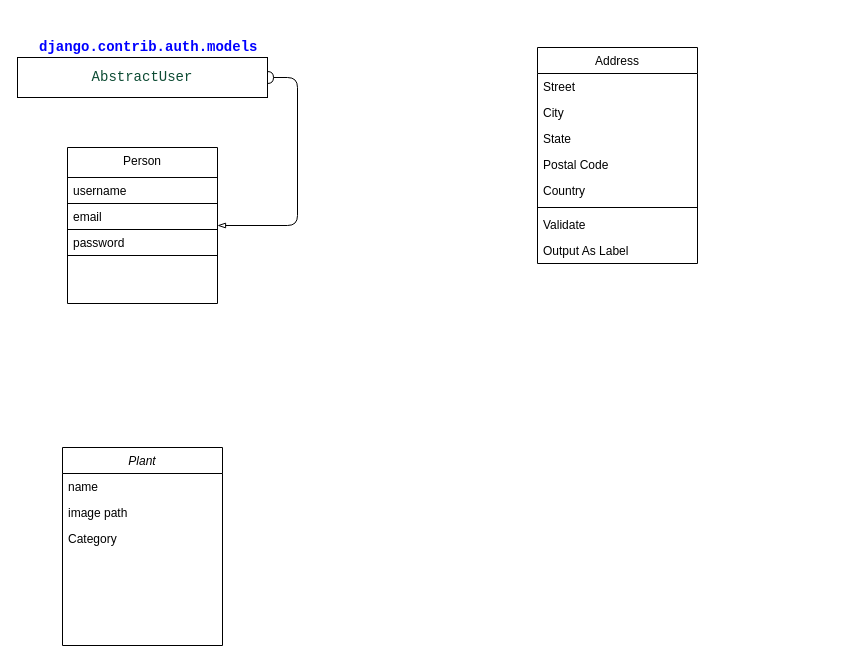
This is greenshop-entities.drawio from mukhtorov/greenshop, a draw.io file, before an edit. Source tidied: cells renumbered, new cells numbered last; positions are measured from the earlier drawing's top-left corner, leaving out a move shared by most shapes. Both pictures are drawn from the tidied source at 100%, with x=0, y=0 at pixel (17, 17).
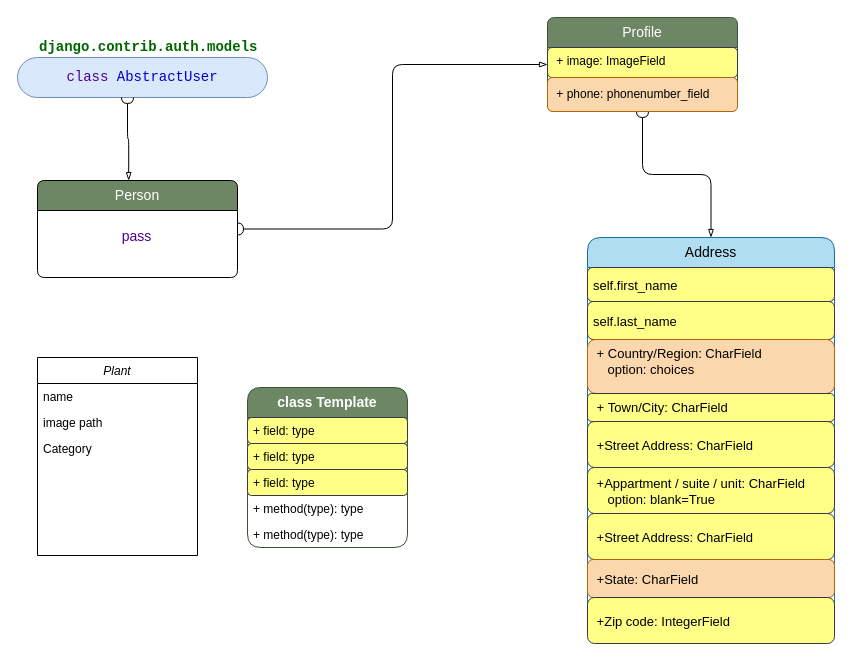
The same diagram, later.

Commit message:
user, profile address classes

Change to the diagram source:
```diff
@@
     <mxCell id="2" value="Plant&#10;" style="swimlane;fontStyle=2;align=center;verticalAlign=top;horizontal=1;startSize=26;rounded=0;shadow=0;strokeWidth=1;" parent="1" vertex="1">
-      <mxGeometry x="45" y="430" width="160" height="198" as="geometry" />
+      <mxGeometry x="20" y="340" width="160" height="198" as="geometry" />
     </mxCell>
@@
-    <mxCell id="6" value="Person" style="swimlane;fontStyle=0;align=center;verticalAlign=top;horizontal=1;startSize=30;rounded=0;shadow=0;strokeWidth=1;" parent="1" vertex="1">
-      <mxGeometry x="50" y="130" width="150" height="156" as="geometry" />
+    <mxCell id="6" value="Person" style="swimlane;fontStyle=0;align=center;verticalAlign=top;horizontal=1;startSize=30;rounded=1;shadow=0;strokeWidth=1;arcSize=8;fillColor=#6d8764;fontColor=#ffffff;strokeColor=#000000;fontSize=14;" parent="1" vertex="1">
+      <mxGeometry x="20" y="163" width="200" height="97" as="geometry" />
     </mxCell>
-    <mxCell id="7" value="username" style="text;align=left;verticalAlign=top;spacingLeft=4;spacingRight=4;overflow=hidden;rounded=0;shadow=0;html=0;strokeColor=#030303;" parent="6" vertex="1">
-      <mxGeometry y="30" width="150" height="26" as="geometry" />
-    </mxCell>
-    <mxCell id="8" value="email" style="text;align=left;verticalAlign=top;spacingLeft=4;spacingRight=4;overflow=hidden;rounded=0;shadow=0;html=0;strokeColor=#000000;" parent="6" vertex="1">
-      <mxGeometry y="56" width="150" height="26" as="geometry" />
-    </mxCell>
-    <mxCell id="9" value="password" style="text;align=left;verticalAlign=top;spacingLeft=4;spacingRight=4;overflow=hidden;rounded=0;shadow=0;html=0;strokeColor=#000000;" parent="6" vertex="1">
-      <mxGeometry y="82" width="150" height="26" as="geometry" />
-    </mxCell>
+    <mxCell id="23" value="pass" style="text;align=center;verticalAlign=middle;spacingLeft=3;spacingRight=4;overflow=hidden;rounded=1;shadow=0;glass=0;fontColor=#4C0099;horizontal=1;fontSize=14;" parent="6" vertex="1">
+      <mxGeometry y="30" width="200" height="50" as="geometry" />
+    </mxCell>
+    <mxCell id="24" style="edgeStyle=orthogonalEdgeStyle;rounded=1;jettySize=auto;html=1;endArrow=blockThin;endFill=0;startArrow=halfCircle;startFill=0;startSize=4;entryX=0.5;entryY=0;entryDx=0;entryDy=0;exitX=0.5;exitY=1;exitDx=0;exitDy=0;" parent="1" edge="1" source="41" target="10">
+      <mxGeometry relative="1" as="geometry" />
+    </mxCell>
-    <mxCell id="10" value="Address" style="swimlane;fontStyle=0;align=center;verticalAlign=top;horizontal=1;startSize=26;rounded=0;shadow=0;strokeWidth=1;" parent="1" vertex="1">
-      <mxGeometry x="520" y="30" width="160" height="216" as="geometry" />
+    <mxCell id="10" value="Address" style="swimlane;fontStyle=0;align=center;verticalAlign=top;horizontal=1;startSize=30;rounded=1;shadow=0;strokeWidth=1;fillColor=#b1ddf0;strokeColor=#10739e;fontSize=14;" parent="1" vertex="1">
+      <mxGeometry x="570" y="220" width="247" height="406" as="geometry" />
     </mxCell>
-    <mxCell id="11" value="Street" style="text;align=left;verticalAlign=top;spacingLeft=4;spacingRight=4;overflow=hidden;" parent="10" vertex="1">
-      <mxGeometry y="26" width="160" height="26" as="geometry" />
-    </mxCell>
-    <mxCell id="12" value="City" style="text;align=left;verticalAlign=top;spacingLeft=4;spacingRight=4;overflow=hidden;rounded=0;shadow=0;html=0;" parent="10" vertex="1">
-      <mxGeometry y="52" width="160" height="26" as="geometry" />
-    </mxCell>
-    <mxCell id="13" value="State" style="text;align=left;verticalAlign=top;spacingLeft=4;spacingRight=4;overflow=hidden;rounded=0;shadow=0;html=0;" parent="10" vertex="1">
-      <mxGeometry y="78" width="160" height="26" as="geometry" />
-    </mxCell>
-    <mxCell id="14" value="Postal Code" style="text;align=left;verticalAlign=top;spacingLeft=4;spacingRight=4;overflow=hidden;rounded=0;shadow=0;html=0;" parent="10" vertex="1">
-      <mxGeometry y="104" width="160" height="26" as="geometry" />
-    </mxCell>
-    <mxCell id="15" value="Country" style="text;align=left;verticalAlign=top;spacingLeft=4;spacingRight=4;overflow=hidden;rounded=0;shadow=0;html=0;" parent="10" vertex="1">
-      <mxGeometry y="130" width="160" height="26" as="geometry" />
-    </mxCell>
-    <mxCell id="16" style="line;html=1;strokeWidth=1;align=left;verticalAlign=middle;spacingTop=-1;spacingLeft=3;spacingRight=3;labelPosition=right;" parent="10" vertex="1">
-      <mxGeometry y="156" width="160" height="8" as="geometry" />
-    </mxCell>
-    <mxCell id="17" value="Validate" style="text;align=left;verticalAlign=top;spacingLeft=4;spacingRight=4;overflow=hidden;" parent="10" vertex="1">
-      <mxGeometry y="164" width="160" height="26" as="geometry" />
-    </mxCell>
-    <mxCell id="18" value="Output As Label" style="text;align=left;verticalAlign=top;spacingLeft=4;spacingRight=4;overflow=hidden;" parent="10" vertex="1">
-      <mxGeometry y="190" width="160" height="26" as="geometry" />
-    </mxCell>
-    <mxCell id="19" style="endArrow=blockThin;shadow=0;strokeWidth=1;endFill=0;edgeStyle=entityRelationEdgeStyle;elbow=vertical;startArrow=halfCircle;startFill=0;endSize=6;startSize=4;rounded=1;" parent="1" edge="1" source="21" target="6">
-      <mxGeometry x="0.5" y="41" relative="1" as="geometry">
-        <mxPoint x="-40" y="32" as="offset" />
-      </mxGeometry>
-    </mxCell>
+    <mxCell id="25" value="self.first_name" style="text;align=left;verticalAlign=middle;spacingLeft=4;spacingRight=4;overflow=hidden;rounded=1;shadow=0;html=0;strokeColor=#36393d;fillColor=#ffff88;fontSize=13;" parent="10" vertex="1">
+      <mxGeometry y="30" width="247" height="34" as="geometry" />
+    </mxCell>
+    <mxCell id="26" value="self.last_name" style="text;align=left;verticalAlign=middle;spacingLeft=4;spacingRight=4;overflow=hidden;rounded=1;shadow=0;html=0;strokeColor=#36393d;fillColor=#ffff88;fontSize=13;" parent="10" vertex="1">
+      <mxGeometry y="64" width="247" height="38" as="geometry" />
+    </mxCell>
+    <mxCell id="27" value=" + Country/Region: CharField&#10;    option: choices" style="text;align=left;verticalAlign=top;spacingLeft=4;spacingRight=4;overflow=hidden;rounded=1;shadow=0;html=0;strokeColor=#b46504;fillColor=#fad7ac;fontSize=13;" parent="10" vertex="1">
+      <mxGeometry y="102" width="247" height="54" as="geometry" />
+    </mxCell>
+    <mxCell id="28" value=" + Town/City: CharField" style="text;align=left;verticalAlign=top;spacingLeft=4;spacingRight=4;overflow=hidden;rounded=1;shadow=0;html=0;strokeColor=#36393d;fillColor=#ffff88;fontSize=13;" parent="10" vertex="1">
+      <mxGeometry y="156" width="247" height="28" as="geometry" />
+    </mxCell>
+    <mxCell id="29" value=" +Street Address: CharField" style="text;align=left;verticalAlign=middle;spacingLeft=4;spacingRight=4;overflow=hidden;rounded=1;shadow=0;html=0;strokeColor=#36393d;fillColor=#ffff88;fontSize=13;" parent="10" vertex="1">
+      <mxGeometry y="184" width="247" height="46" as="geometry" />
+    </mxCell>
+    <mxCell id="30" value=" +Appartment / suite / unit: CharField&#10;    option: blank=True" style="text;align=left;verticalAlign=middle;spacingLeft=4;spacingRight=4;overflow=hidden;rounded=1;shadow=0;html=0;strokeColor=#36393d;fillColor=#ffff88;fontSize=13;" parent="10" vertex="1">
+      <mxGeometry y="230" width="247" height="46" as="geometry" />
+    </mxCell>
+    <mxCell id="31" value=" +Street Address: CharField" style="text;align=left;verticalAlign=middle;spacingLeft=4;spacingRight=4;overflow=hidden;rounded=1;shadow=0;html=0;strokeColor=#36393d;fillColor=#ffff88;fontSize=13;" parent="10" vertex="1">
+      <mxGeometry y="276" width="247" height="46" as="geometry" />
+    </mxCell>
+    <mxCell id="32" value=" +State: CharField" style="text;align=left;verticalAlign=middle;spacingLeft=4;spacingRight=4;overflow=hidden;rounded=1;shadow=0;html=0;strokeColor=#b46504;fillColor=#fad7ac;fontSize=13;" parent="10" vertex="1">
+      <mxGeometry y="322" width="247" height="38" as="geometry" />
+    </mxCell>
+    <mxCell id="33" value=" +Zip code: IntegerField " style="text;align=left;verticalAlign=middle;spacingLeft=4;spacingRight=4;overflow=hidden;rounded=1;shadow=0;html=0;strokeColor=#36393d;fillColor=#ffff88;fontSize=13;" parent="10" vertex="1">
+      <mxGeometry y="360" width="247" height="46" as="geometry" />
+    </mxCell>
-    <mxCell id="20" style="group;" parent="1" vertex="1">
+    <mxCell id="20" style="group;rounded=1;arcSize=34;" parent="1" vertex="1">
       <mxGeometry width="250" height="80" as="geometry" />
     </mxCell>
-    <mxCell id="21" value="&lt;pre style=&quot;padding: 0px ; margin: 15px 20px ; font-family: &amp;#34;fira mono&amp;#34; , &amp;#34;consolas&amp;#34; , &amp;#34;menlo&amp;#34; , &amp;#34;monaco&amp;#34; , &amp;#34;courier new&amp;#34; , &amp;#34;courier&amp;#34; , monospace ; overflow-wrap: break-word ; color: rgb(12 , 75 , 51)&quot;&gt;&lt;span class=&quot;n&quot; style=&quot;padding: 0px ; margin: 0px&quot;&gt;AbstractUser&lt;/span&gt;&lt;/pre&gt;" style="whiteSpace=wrap;html=1;fontSize=14;fontColor=#000000;startSize=30;strokeColor=default;" parent="20" vertex="1">
+    <mxCell id="21" value="&lt;pre style=&quot;padding: 0px ; margin: 15px 20px ; font-family: &amp;#34;fira mono&amp;#34; , &amp;#34;consolas&amp;#34; , &amp;#34;menlo&amp;#34; , &amp;#34;monaco&amp;#34; , &amp;#34;courier new&amp;#34; , &amp;#34;courier&amp;#34; , monospace ; overflow-wrap: break-word&quot;&gt;&lt;span class=&quot;n&quot; style=&quot;padding: 0px ; margin: 0px&quot;&gt;&lt;font color=&quot;#4c0099&quot;&gt;class&lt;/font&gt;&lt;font color=&quot;#0c4b33&quot;&gt; &lt;/font&gt;&lt;font color=&quot;#0000cc&quot;&gt;AbstractUser&lt;/font&gt;&lt;/span&gt;&lt;/pre&gt;" style="whiteSpace=wrap;html=1;fontSize=14;startSize=30;strokeColor=#6c8ebf;rounded=1;arcSize=50;fillColor=#dae8fc;" parent="20" vertex="1">
       <mxGeometry y="40" width="250" height="40" as="geometry" />
     </mxCell>
-    <mxCell id="22" value="&lt;pre style=&quot;font-family: &amp;#34;fira mono&amp;#34; , &amp;#34;consolas&amp;#34; , &amp;#34;menlo&amp;#34; , &amp;#34;monaco&amp;#34; , &amp;#34;courier new&amp;#34; , &amp;#34;courier&amp;#34; , monospace ; font-size: 14px ; overflow-wrap: break-word ; color: rgb(12 , 75 , 51) ; margin: 15px 20px ; font-style: normal ; letter-spacing: normal ; text-indent: 0px ; text-transform: none ; word-spacing: 0px&quot;&gt;&lt;span class=&quot;nn&quot; style=&quot;color: rgb(0 , 0 , 255)&quot;&gt;&lt;b&gt;django.contrib.auth.models&lt;/b&gt;&lt;/span&gt;&lt;/pre&gt;" style="text;whiteSpace=wrap;html=1;fontSize=14;fontColor=#000000;" parent="20" vertex="1">
+    <mxCell id="22" value="&lt;pre style=&quot;font-family: &amp;#34;fira mono&amp;#34; , &amp;#34;consolas&amp;#34; , &amp;#34;menlo&amp;#34; , &amp;#34;monaco&amp;#34; , &amp;#34;courier new&amp;#34; , &amp;#34;courier&amp;#34; , monospace ; font-size: 14px ; overflow-wrap: break-word ; margin: 15px 20px ; font-style: normal ; letter-spacing: normal ; text-indent: 0px ; text-transform: none ; word-spacing: 0px&quot;&gt;&lt;span class=&quot;nn&quot;&gt;&lt;b&gt;&lt;font color=&quot;#006600&quot;&gt;django.contrib.auth.models&lt;/font&gt;&lt;/b&gt;&lt;/span&gt;&lt;/pre&gt;" style="text;whiteSpace=wrap;html=1;fontSize=14;fontColor=#000000;" parent="20" vertex="1">
       <mxGeometry width="250" height="40" as="geometry" />
     </mxCell>
+    <mxCell id="19" style="edgeStyle=orthogonalEdgeStyle;rounded=1;jettySize=auto;html=1;endArrow=blockThin;endFill=0;startArrow=halfCircle;startFill=0;startSize=4;exitX=0.44;exitY=1;exitDx=0;exitDy=0;entryX=0.456;entryY=0.001;entryDx=0;entryDy=0;exitPerimeter=0;entryPerimeter=0;" parent="1" edge="1" source="21" target="6">
+      <mxGeometry relative="1" as="geometry" />
+    </mxCell>
+    <mxCell id="34" value="class Template" style="swimlane;fontStyle=1;align=center;verticalAlign=top;horizontal=1;startSize=30;rounded=1;shadow=0;glass=0;fillColor=#6d8764;fontColor=#ffffff;strokeColor=#3A5431;fontSize=14;" parent="1" vertex="1">
+      <mxGeometry x="230" y="370" width="160" height="160" as="geometry" />
+    </mxCell>
+    <mxCell id="35" value="+ field: type" style="text;strokeColor=#36393d;fillColor=#ffff88;align=left;verticalAlign=top;spacingLeft=4;spacingRight=4;overflow=hidden;rounded=1;shadow=0;glass=0;" parent="34" vertex="1">
+      <mxGeometry y="30" width="160" height="26" as="geometry" />
+    </mxCell>
+    <mxCell id="36" value="+ field: type" style="text;strokeColor=#36393d;fillColor=#ffff88;align=left;verticalAlign=top;spacingLeft=4;spacingRight=4;overflow=hidden;rounded=1;shadow=0;glass=0;" parent="34" vertex="1">
+      <mxGeometry y="56" width="160" height="26" as="geometry" />
+    </mxCell>
+    <mxCell id="37" value="+ field: type" style="text;strokeColor=#36393d;fillColor=#ffff88;align=left;verticalAlign=top;spacingLeft=4;spacingRight=4;overflow=hidden;rounded=1;shadow=0;glass=0;" parent="34" vertex="1">
+      <mxGeometry y="82" width="160" height="26" as="geometry" />
+    </mxCell>
+    <mxCell id="38" value="+ method(type): type" style="text;strokeColor=none;fillColor=none;align=left;verticalAlign=top;spacingLeft=4;spacingRight=4;overflow=hidden;rounded=1;shadow=0;glass=0;" parent="34" vertex="1">
+      <mxGeometry y="108" width="160" height="26" as="geometry" />
+    </mxCell>
+    <mxCell id="39" value="+ method(type): type" style="text;strokeColor=none;fillColor=none;align=left;verticalAlign=top;spacingLeft=4;spacingRight=4;overflow=hidden;rounded=1;shadow=0;glass=0;" parent="34" vertex="1">
+      <mxGeometry y="134" width="160" height="26" as="geometry" />
+    </mxCell>
+    <mxCell id="40" style="edgeStyle=orthogonalEdgeStyle;rounded=1;jettySize=auto;html=1;endArrow=blockThin;endFill=0;startArrow=halfCircle;startFill=0;startSize=4;exitX=1;exitY=0.5;exitDx=0;exitDy=0;entryX=0;entryY=0.5;entryDx=0;entryDy=0;" parent="1" edge="1" source="6" target="41">
+      <mxGeometry relative="1" as="geometry" />
+    </mxCell>
+    <mxCell id="41" value="Profile" style="swimlane;fontStyle=0;align=center;verticalAlign=top;horizontal=1;startSize=30;rounded=1;shadow=0;strokeWidth=1;arcSize=8;fillColor=#6d8764;strokeColor=#3A5431;fontColor=#ffffff;fontSize=14;" parent="1" vertex="1">
+      <mxGeometry x="530" width="190" height="94" as="geometry" />
+    </mxCell>
+    <mxCell id="42" value=" + image: ImageField" style="text;align=left;verticalAlign=top;spacingLeft=4;spacingRight=4;overflow=hidden;rounded=1;shadow=0;html=0;strokeColor=#36393d;fillColor=#ffff88;" parent="41" vertex="1">
+      <mxGeometry y="30" width="190" height="30" as="geometry" />
+    </mxCell>
+    <mxCell id="43" value=" + phone: phonenumber_field" style="text;align=left;verticalAlign=middle;spacingLeft=4;spacingRight=4;overflow=hidden;rounded=1;shadow=0;html=0;strokeColor=#b46504;fillColor=#fad7ac;whiteSpace=wrap;" parent="41" vertex="1">
+      <mxGeometry y="60" width="190" height="34" as="geometry" />
+    </mxCell>
```
